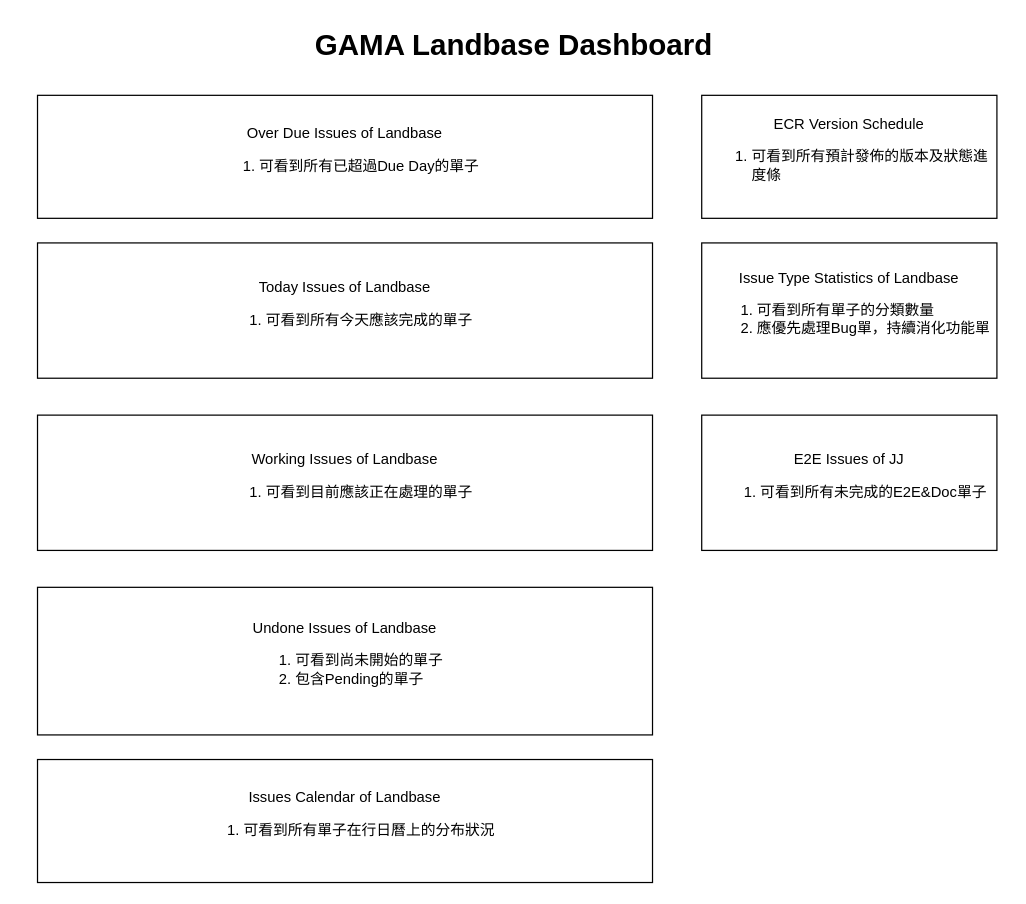
Earlier version of the draw.io diagram Landbase Dashbase.drawio (pingle1202/JiraFlow). Source tidied: cells renumbered, new cells numbered last; positions are measured from the earlier drawing's top-left corner, leaving out a move shared by most shapes. Both pictures are drawn from the tidied source at 123%, with x=0, y=0 at pixel (21, 21).
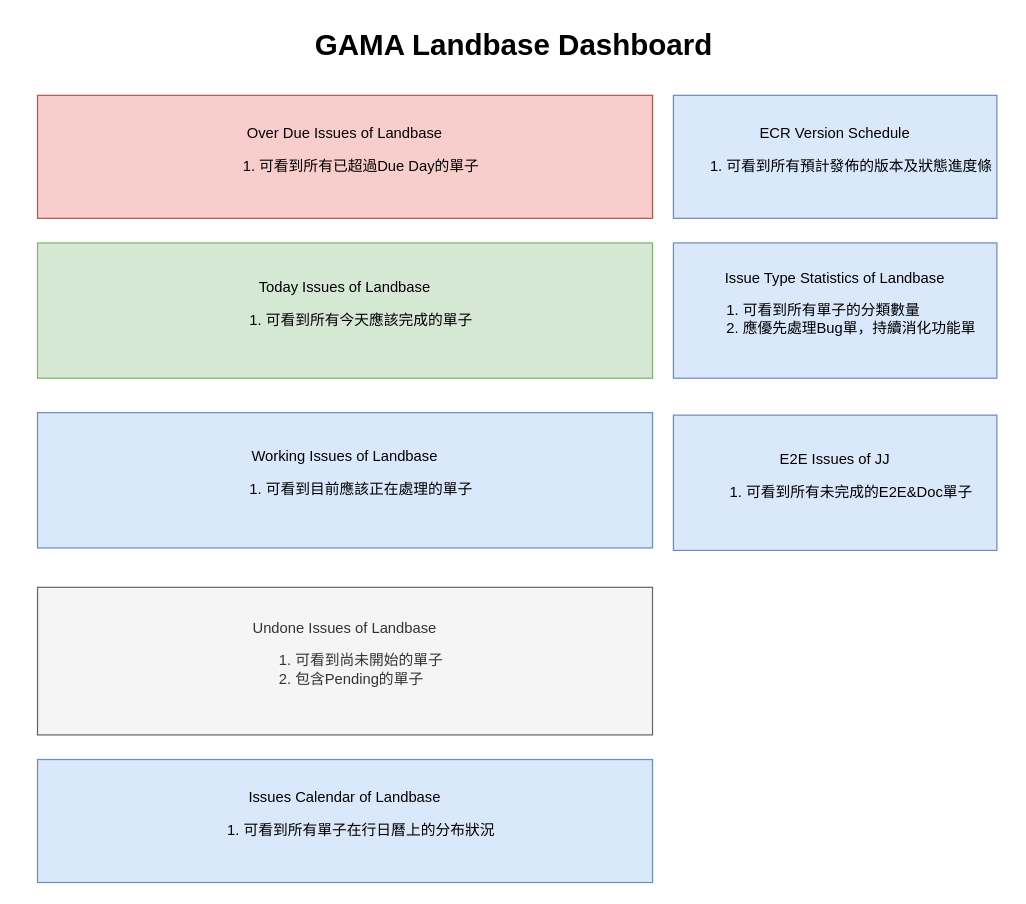
The same diagram, later.

Diff of the diagram source:
```diff
@@
 <mxGraphModel>
   <root>
     <mxCell id="0" />
     <mxCell id="1" parent="0" />
-    <mxCell id="2" value="Over Due Issues of Landbase&lt;br&gt;&lt;ol&gt;&lt;li style=&quot;text-align: left&quot;&gt;可看到所有已超過Due Day的單子&lt;/li&gt;&lt;/ol&gt;" style="rounded=0;whiteSpace=wrap;html=1;" parent="1" vertex="1">
+    <mxCell id="2" value="Over Due Issues of Landbase&lt;br&gt;&lt;ol&gt;&lt;li style=&quot;text-align: left&quot;&gt;可看到所有已超過Due Day的單子&lt;/li&gt;&lt;/ol&gt;" style="rounded=0;whiteSpace=wrap;html=1;fillColor=#f8cecc;strokeColor=#b85450;" parent="1" vertex="1">
       <mxGeometry x="13" y="60" width="500" height="100" as="geometry" />
     </mxCell>
-    <mxCell id="3" value="ECR Version Schedule&lt;br&gt;&lt;div style=&quot;text-align: left&quot;&gt;&lt;ol&gt;&lt;li&gt;可看到所有預計發佈的版本及狀態進度條&lt;/li&gt;&lt;/ol&gt;&lt;/div&gt;" style="rounded=0;whiteSpace=wrap;html=1;" parent="1" vertex="1">
-      <mxGeometry x="553" y="60" width="240" height="100" as="geometry" />
+    <mxCell id="3" value="ECR Version Schedule&lt;br&gt;&lt;div style=&quot;text-align: left&quot;&gt;&lt;ol&gt;&lt;li&gt;可看到所有預計發佈的版本及狀態進度條&lt;/li&gt;&lt;/ol&gt;&lt;/div&gt;" style="rounded=0;whiteSpace=wrap;html=1;fillColor=#dae8fc;strokeColor=#6c8ebf;" parent="1" vertex="1">
+      <mxGeometry x="530" y="60" width="263" height="100" as="geometry" />
     </mxCell>
-    <mxCell id="4" value="Today Issues of Landbase&lt;br&gt;&lt;ol&gt;&lt;li style=&quot;text-align: left&quot;&gt;可看到所有今天應該完成的單子&lt;/li&gt;&lt;/ol&gt;" style="rounded=0;whiteSpace=wrap;html=1;" parent="1" vertex="1">
+    <mxCell id="4" value="Today Issues of Landbase&lt;br&gt;&lt;ol&gt;&lt;li style=&quot;text-align: left&quot;&gt;可看到所有今天應該完成的單子&lt;/li&gt;&lt;/ol&gt;" style="rounded=0;whiteSpace=wrap;html=1;fillColor=#d5e8d4;strokeColor=#82b366;" parent="1" vertex="1">
       <mxGeometry x="13" y="180" width="500" height="110" as="geometry" />
     </mxCell>
-    <mxCell id="5" value="Issue Type Statistics of Landbase&lt;br&gt;&lt;div style=&quot;text-align: left&quot;&gt;&lt;ol&gt;&lt;li&gt;可看到所有單子的分類數量&lt;/li&gt;&lt;li&gt;應優先處理Bug單，持續消化功能單&lt;/li&gt;&lt;/ol&gt;&lt;/div&gt;" style="rounded=0;whiteSpace=wrap;html=1;" parent="1" vertex="1">
-      <mxGeometry x="553" y="180" width="240" height="110" as="geometry" />
+    <mxCell id="5" value="Issue Type Statistics of Landbase&lt;br&gt;&lt;div style=&quot;text-align: left&quot;&gt;&lt;ol&gt;&lt;li&gt;可看到所有單子的分類數量&lt;/li&gt;&lt;li&gt;應優先處理Bug單，持續消化功能單&lt;/li&gt;&lt;/ol&gt;&lt;/div&gt;" style="rounded=0;whiteSpace=wrap;html=1;fillColor=#dae8fc;strokeColor=#6c8ebf;" parent="1" vertex="1">
+      <mxGeometry x="530" y="180" width="263" height="110" as="geometry" />
     </mxCell>
-    <mxCell id="6" value="E2E Issues of JJ&lt;br&gt;&lt;ol&gt;&lt;li style=&quot;text-align: left&quot;&gt;可看到所有未完成的E2E&amp;amp;Doc單子&lt;/li&gt;&lt;/ol&gt;" style="rounded=0;whiteSpace=wrap;html=1;" parent="1" vertex="1">
-      <mxGeometry x="553" y="320" width="240" height="110" as="geometry" />
+    <mxCell id="6" value="E2E Issues of JJ&lt;br&gt;&lt;ol&gt;&lt;li style=&quot;text-align: left&quot;&gt;可看到所有未完成的E2E&amp;amp;Doc單子&lt;/li&gt;&lt;/ol&gt;" style="rounded=0;whiteSpace=wrap;html=1;fillColor=#dae8fc;strokeColor=#6c8ebf;" parent="1" vertex="1">
+      <mxGeometry x="530" y="320" width="263" height="110" as="geometry" />
     </mxCell>
-    <mxCell id="7" value="Working Issues of Landbase&lt;br&gt;&lt;ol&gt;&lt;li style=&quot;text-align: left&quot;&gt;可看到目前應該正在處理的單子&lt;/li&gt;&lt;/ol&gt;" style="rounded=0;whiteSpace=wrap;html=1;" parent="1" vertex="1">
-      <mxGeometry x="13" y="320" width="500" height="110" as="geometry" />
+    <mxCell id="7" value="Working Issues of Landbase&lt;br&gt;&lt;ol&gt;&lt;li style=&quot;text-align: left&quot;&gt;可看到目前應該正在處理的單子&lt;/li&gt;&lt;/ol&gt;" style="rounded=0;whiteSpace=wrap;html=1;fillColor=#dae8fc;strokeColor=#6c8ebf;" parent="1" vertex="1">
+      <mxGeometry x="13" y="318" width="500" height="110" as="geometry" />
     </mxCell>
-    <mxCell id="8" value="Undone Issues of Landbase&lt;br&gt;&lt;ol&gt;&lt;li style=&quot;text-align: left&quot;&gt;可看到尚未開始的單子&lt;/li&gt;&lt;li style=&quot;text-align: left&quot;&gt;包含Pending的單子&lt;/li&gt;&lt;/ol&gt;" style="rounded=0;whiteSpace=wrap;html=1;" parent="1" vertex="1">
+    <mxCell id="8" value="Undone Issues of Landbase&lt;br&gt;&lt;ol&gt;&lt;li style=&quot;text-align: left&quot;&gt;可看到尚未開始的單子&lt;/li&gt;&lt;li style=&quot;text-align: left&quot;&gt;包含Pending的單子&lt;/li&gt;&lt;/ol&gt;" style="rounded=0;whiteSpace=wrap;html=1;fillColor=#f5f5f5;strokeColor=#666666;fontColor=#333333;" parent="1" vertex="1">
       <mxGeometry x="13" y="460" width="500" height="120" as="geometry" />
     </mxCell>
-    <mxCell id="9" value="Issues Calendar of Landbase&lt;br&gt;&lt;ol&gt;&lt;li style=&quot;text-align: left&quot;&gt;可看到所有單子在行日曆上的分布狀況&lt;/li&gt;&lt;/ol&gt;" style="rounded=0;whiteSpace=wrap;html=1;" parent="1" vertex="1">
+    <mxCell id="9" value="Issues Calendar of Landbase&lt;br&gt;&lt;ol&gt;&lt;li style=&quot;text-align: left&quot;&gt;可看到所有單子在行日曆上的分布狀況&lt;/li&gt;&lt;/ol&gt;" style="rounded=0;whiteSpace=wrap;html=1;fillColor=#dae8fc;strokeColor=#6c8ebf;" parent="1" vertex="1">
       <mxGeometry x="13" y="600" width="500" height="100" as="geometry" />
     </mxCell>
     <mxCell id="10" value="GAMA Landbase Dashboard" style="text;strokeColor=none;fillColor=none;html=1;fontSize=24;fontStyle=1;verticalAlign=middle;align=center;" parent="1" vertex="1">
       <mxGeometry width="800" height="40" as="geometry" />
     </mxCell>
   </root>
 </mxGraphModel>
```
